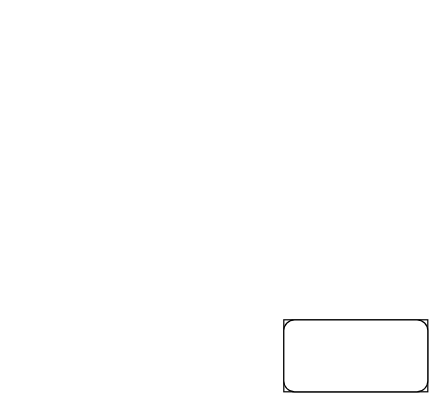
The draw.io diagram diagram.drawio in NJR202sports/architecture-diagram, before the edit. Source tidied: cells renumbered, new cells numbered last; positions are measured from the earlier drawing's top-left corner, leaving out a move shared by most shapes. Both pictures are drawn from the tidied source at 120%, with x=0, y=0 at pixel (283, 319). Pictures stored in the file or linked from it are replaced by grey dashed boxes.
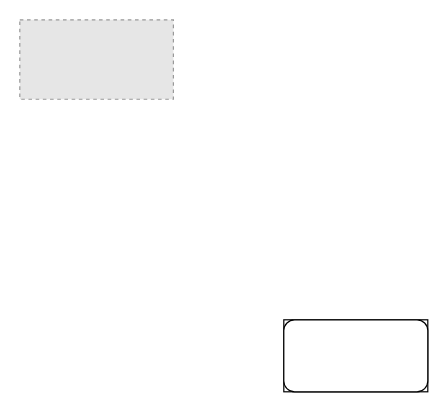
The same page after the edit.

Change to the diagram source:
```diff
@@
 <mxGraphModel>
   <root>
     <mxCell id="0" />
     <mxCell id="1" parent="0" />
     <mxCell id="2" style="rounded=0;whiteSpace=wrap;html=1;" parent="1" vertex="1">
       <mxGeometry width="120" height="60" as="geometry" />
     </mxCell>
     <mxCell id="3" style="rounded=1;whiteSpace=wrap;html=1;" parent="1" vertex="1">
       <mxGeometry width="120" height="60" as="geometry" />
     </mxCell>
+    <mxCell id="4" style="fillColor=#E6E6E6;strokeColor=#999999;dashed=1;verticalLabelPosition=bottom;labelBackgroundColor=default;verticalAlign=top;" parent="1" vertex="1">
+      <mxGeometry x="-220" y="-250" width="128" height="66.2" as="geometry" />
+    </mxCell>
   </root>
 </mxGraphModel>
```
